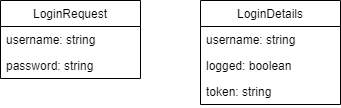
The draw.io diagram .gitbook/assets/login_model.drawio.png in Bernardo-MG/development-docs-architecture, before a commit. Source tidied: cells renumbered, new cells last; positions are measured from the earlier drawing's top-left corner, leaving out a move shared by most shapes.
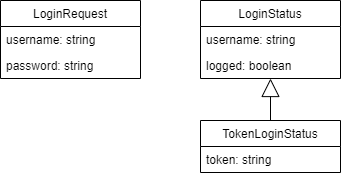
The same file after the commit.

Change to the diagram source:
```diff
@@ -11,8 +11,8 @@
     <mxCell id="4" value="password: string" style="text;strokeColor=none;fillColor=none;align=left;verticalAlign=top;spacingLeft=4;spacingRight=4;overflow=hidden;" parent="2" vertex="1">
       <mxGeometry y="52" width="140" height="26" as="geometry" />
     </mxCell>
-    <mxCell id="5" value="LoginDetails" style="swimlane;fontStyle=0;horizontal=1;startSize=26;fillColor=none;" parent="1" vertex="1">
-      <mxGeometry x="200" width="140" height="104" as="geometry" />
+    <mxCell id="5" value="LoginStatus" style="swimlane;fontStyle=0;horizontal=1;startSize=26;fillColor=none;" parent="1" vertex="1">
+      <mxGeometry x="200" width="140" height="78" as="geometry" />
     </mxCell>
     <mxCell id="6" value="username: string" style="text;strokeColor=none;fillColor=none;align=left;verticalAlign=top;spacingLeft=4;spacingRight=4;overflow=hidden;" parent="5" vertex="1">
       <mxGeometry y="26" width="140" height="26" as="geometry" />
@@ -20,8 +20,14 @@
     <mxCell id="7" value="logged: boolean" style="text;strokeColor=none;fillColor=none;align=left;verticalAlign=top;spacingLeft=4;spacingRight=4;overflow=hidden;" parent="5" vertex="1">
       <mxGeometry y="52" width="140" height="26" as="geometry" />
     </mxCell>
+    <mxCell id="9" value="TokenLoginStatus" style="swimlane;fontStyle=0;horizontal=1;startSize=26;fillColor=none;" parent="1" vertex="1">
+      <mxGeometry x="200" y="120" width="140" height="52" as="geometry" />
+    </mxCell>
-    <mxCell id="8" value="token: string" style="text;strokeColor=none;fillColor=none;align=left;verticalAlign=top;spacingLeft=4;spacingRight=4;overflow=hidden;" parent="5" vertex="1">
-      <mxGeometry y="78" width="140" height="26" as="geometry" />
+    <mxCell id="8" value="token: string" style="text;strokeColor=none;fillColor=none;align=left;verticalAlign=top;spacingLeft=4;spacingRight=4;overflow=hidden;" parent="9" vertex="1">
+      <mxGeometry y="26" width="140" height="26" as="geometry" />
     </mxCell>
+    <mxCell id="10" style="endArrow=block;endSize=16;endFill=0;html=1;rounded=0;exitX=0.5;exitY=0;exitDx=0;exitDy=0;entryX=0.5;entryY=1;entryDx=0;entryDy=0;" parent="1" edge="1" source="9" target="5">
+      <mxGeometry relative="1" as="geometry" />
+    </mxCell>
   </root>
 </mxGraphModel>
```
